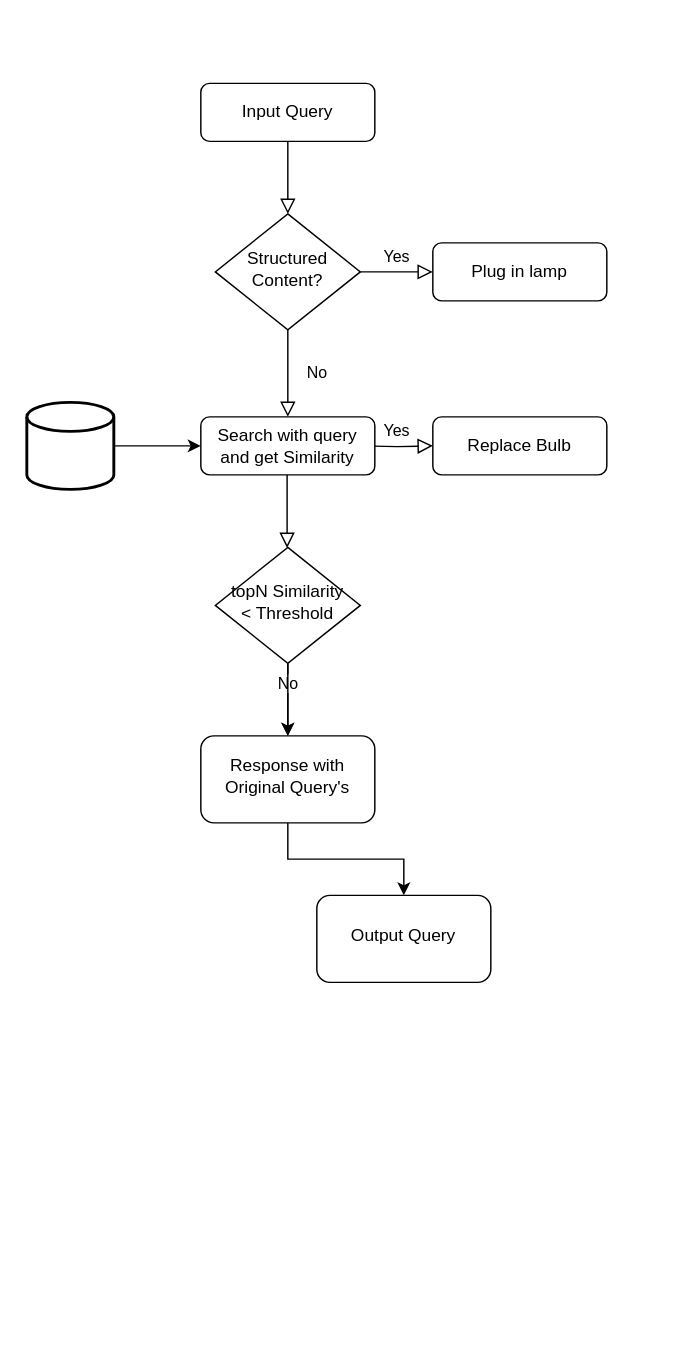
Timothyhay/CookieBox keeps this draw.io diagram as QueryRewrite_Filtering.drawio. Above is the earlier version. Source tidied: cells renumbered, new cells numbered last; positions are measured from the earlier drawing's top-left corner, leaving out a move shared by most shapes. Both pictures are drawn from the tidied source at 145%, with x=0, y=0 at pixel (26, 83).
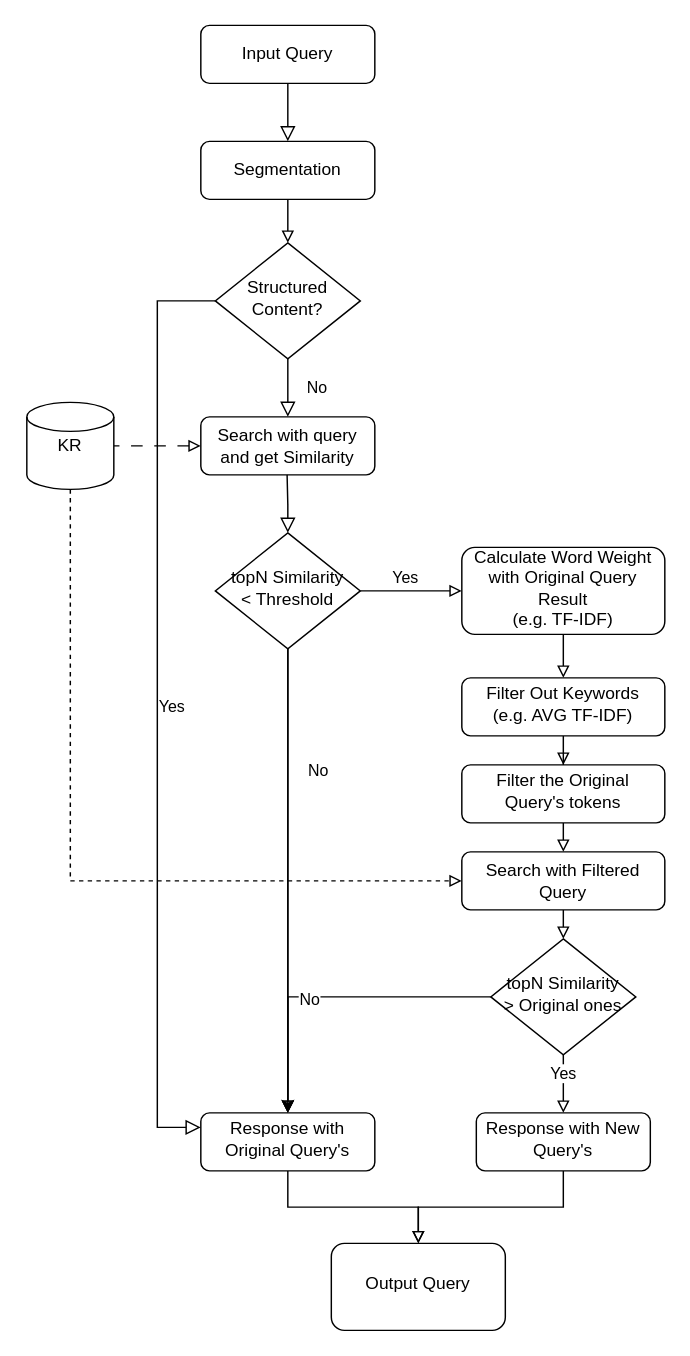
After the change.

The change refers to these unchanged cells:
```xml
<mxCell id="9" value="Search with query and get Similarity" style="rounded=1;whiteSpace=wrap;html=1;fontSize=12;glass=0;strokeWidth=1;shadow=0;" parent="1" vertex="1">
  <mxGeometry x="120" y="230" width="120" height="40" as="geometry" />
</mxCell>
<mxCell id="13" style="edgeStyle=orthogonalEdgeStyle;rounded=0;jettySize=auto;html=1;" parent="1" edge="1" source="16" target="19">
  <mxGeometry relative="1" as="geometry" />
</mxCell>
```

The edit, as a diff of the source:
```diff
@@
-    <mxCell id="2" style="rounded=0;html=1;jettySize=auto;fontSize=11;endArrow=block;endFill=0;endSize=8;strokeWidth=1;shadow=0;labelBackgroundColor=none;edgeStyle=orthogonalEdgeStyle;" parent="1" edge="1" source="3" target="6">
+    <mxCell id="2" style="rounded=0;html=1;jettySize=auto;fontSize=11;endArrow=block;endFill=0;endSize=8;strokeWidth=1;shadow=0;labelBackgroundColor=none;edgeStyle=orthogonalEdgeStyle;entryX=0.5;entryY=0;entryDx=0;entryDy=0;" parent="1" edge="1" source="3" target="7">
       <mxGeometry relative="1" as="geometry" />
     </mxCell>
     <mxCell id="3" value="Input Query" style="rounded=1;whiteSpace=wrap;html=1;fontSize=12;glass=0;strokeWidth=1;shadow=0;" parent="1" vertex="1">
-      <mxGeometry x="120" width="120" height="40" as="geometry" />
+      <mxGeometry x="120" y="-40" width="120" height="40" as="geometry" />
     </mxCell>
@@
-    <mxCell id="5" value="Yes" style="edgeStyle=orthogonalEdgeStyle;rounded=0;html=1;jettySize=auto;fontSize=11;endArrow=block;endFill=0;endSize=8;strokeWidth=1;shadow=0;labelBackgroundColor=none;" parent="1" edge="1" source="6" target="7">
-      <mxGeometry y="10" relative="1" as="geometry" />
+    <mxCell id="5" value="Yes" style="edgeStyle=orthogonalEdgeStyle;rounded=0;html=1;jettySize=auto;fontSize=11;endArrow=block;endFill=0;endSize=8;strokeWidth=1;shadow=0;labelBackgroundColor=none;exitX=0;exitY=0.5;exitDx=0;exitDy=0;" parent="1" edge="1" source="6" target="19">
+      <mxGeometry y="10" relative="1" as="geometry">
+        <Array as="points">
+          <mxPoint x="90" y="150" />
+          <mxPoint x="90" y="720" />
+        </Array>
+      </mxGeometry>
     </mxCell>
     <mxCell id="6" value="Structured Content?" style="rhombus;whiteSpace=wrap;html=1;shadow=0;fontFamily=Helvetica;fontSize=12;align=center;strokeWidth=1;spacing=6;spacingTop=-4;" parent="1" vertex="1">
-      <mxGeometry x="130" y="90" width="100" height="80" as="geometry" />
+      <mxGeometry x="130" y="110" width="100" height="80" as="geometry" />
     </mxCell>
+    <mxCell id="21" style="edgeStyle=orthogonalEdgeStyle;rounded=0;jettySize=auto;html=1;exitX=0.5;exitY=1;exitDx=0;exitDy=0;entryX=0.5;entryY=0;entryDx=0;entryDy=0;endArrow=block;endFill=0;" parent="1" edge="1" source="7" target="6">
+      <mxGeometry relative="1" as="geometry" />
+    </mxCell>
-    <mxCell id="7" value="Plug in lamp" style="rounded=1;whiteSpace=wrap;html=1;fontSize=12;glass=0;strokeWidth=1;shadow=0;" parent="1" vertex="1">
-      <mxGeometry x="280" y="110" width="120" height="40" as="geometry" />
+    <mxCell id="7" value="Segmentation" style="rounded=1;whiteSpace=wrap;html=1;fontSize=12;glass=0;strokeWidth=1;shadow=0;" parent="1" vertex="1">
+      <mxGeometry x="120" y="40" width="120" height="40" as="geometry" />
     </mxCell>
-    <mxCell id="8" value="Yes" style="edgeStyle=orthogonalEdgeStyle;rounded=0;html=1;jettySize=auto;fontSize=11;endArrow=block;endFill=0;endSize=8;strokeWidth=1;shadow=0;labelBackgroundColor=none;" parent="1" edge="1" target="10">
-      <mxGeometry y="10" relative="1" as="geometry">
-        <mxPoint x="230" y="250" as="sourcePoint" />
-      </mxGeometry>
-    </mxCell>
+    <mxCell id="22" style="edgeStyle=orthogonalEdgeStyle;rounded=0;jettySize=auto;html=1;endArrow=none;endFill=0;startArrow=block;startFill=0;dashed=1;dashPattern=8 8;" parent="1" edge="1" source="9" target="12">
+      <mxGeometry relative="1" as="geometry" />
+    </mxCell>
@@
-    <mxCell id="10" value="Replace Bulb" style="rounded=1;whiteSpace=wrap;html=1;fontSize=12;glass=0;strokeWidth=1;shadow=0;" parent="1" vertex="1">
-      <mxGeometry x="280" y="230" width="120" height="40" as="geometry" />
-    </mxCell>
-    <mxCell id="11" style="edgeStyle=orthogonalEdgeStyle;rounded=0;jettySize=auto;html=1;exitX=1;exitY=0.5;exitDx=0;exitDy=0;exitPerimeter=0;entryX=0;entryY=0.5;entryDx=0;entryDy=0;" parent="1" edge="1" source="12" target="9">
-      <mxGeometry relative="1" as="geometry" />
-    </mxCell>
+    <mxCell id="23" style="edgeStyle=orthogonalEdgeStyle;rounded=0;jettySize=auto;html=1;exitX=0.5;exitY=1;exitDx=0;exitDy=0;exitPerimeter=0;entryX=0;entryY=0.5;entryDx=0;entryDy=0;dashed=1;endArrow=block;endFill=0;" parent="1" edge="1" source="12" target="35">
+      <mxGeometry relative="1" as="geometry" />
+    </mxCell>
-    <mxCell id="12" style="strokeWidth=2;html=1;shape=mxgraph.flowchart.database;whiteSpace=wrap;" parent="1" vertex="1">
+    <mxCell id="12" value="KR" style="strokeWidth=1;html=1;shape=mxgraph.flowchart.database;whiteSpace=wrap;" parent="1" vertex="1">
       <mxGeometry y="220" width="60" height="60" as="geometry" />
     </mxCell>
@@
     <mxCell id="14" value="No" style="edgeLabel;html=1;align=center;verticalAlign=middle;" parent="13" vertex="1">
-      <mxGeometry x="-0.48" y="-1" relative="1" as="geometry" />
+      <mxGeometry x="-0.48" y="-1" relative="1" as="geometry">
+        <mxPoint x="21" as="offset" />
+      </mxGeometry>
     </mxCell>
-    <mxCell id="15" style="edgeStyle=orthogonalEdgeStyle;rounded=0;jettySize=auto;html=1;" parent="1" edge="1" source="16" target="19">
+    <mxCell id="15" style="edgeStyle=orthogonalEdgeStyle;rounded=0;jettySize=auto;html=1;endArrow=block;endFill=0;" parent="1" edge="1" source="16" target="19">
       <mxGeometry relative="1" as="geometry" />
     </mxCell>
+    <mxCell id="24" style="edgeStyle=orthogonalEdgeStyle;rounded=0;jettySize=auto;html=1;endArrow=block;endFill=0;" parent="1" edge="1" source="16" target="27">
+      <mxGeometry relative="1" as="geometry" />
+    </mxCell>
+    <mxCell id="25" value="Yes" style="edgeLabel;html=1;align=center;verticalAlign=middle;" parent="24" vertex="1">
+      <mxGeometry x="-0.41" y="-2" relative="1" as="geometry">
+        <mxPoint x="9" y="-12" as="offset" />
+      </mxGeometry>
+    </mxCell>
     <mxCell id="16" value="topN Similarity&lt;div&gt;&amp;lt; Threshold&lt;/div&gt;" style="rhombus;whiteSpace=wrap;html=1;shadow=0;fontFamily=Helvetica;fontSize=12;align=center;strokeWidth=1;spacing=6;spacingTop=-4;" parent="1" vertex="1">
-      <mxGeometry x="130" y="320" width="100" height="80" as="geometry" />
+      <mxGeometry x="130" y="310" width="100" height="80" as="geometry" />
     </mxCell>
@@
-    <mxCell id="18" style="edgeStyle=orthogonalEdgeStyle;rounded=0;jettySize=auto;html=1;" parent="1" edge="1" source="19" target="20">
+    <mxCell id="18" style="edgeStyle=orthogonalEdgeStyle;rounded=0;jettySize=auto;html=1;endArrow=block;endFill=0;" parent="1" edge="1" source="19" target="20">
       <mxGeometry relative="1" as="geometry" />
     </mxCell>
     <mxCell id="19" value="Response with Original Query's" style="rounded=1;whiteSpace=wrap;html=1;shadow=0;strokeWidth=1;spacing=6;spacingTop=-4;" parent="1" vertex="1">
-      <mxGeometry x="120" y="450" width="120" height="60" as="geometry" />
+      <mxGeometry x="120" y="710" width="120" height="40" as="geometry" />
     </mxCell>
     <mxCell id="20" value="Output Query" style="rounded=1;whiteSpace=wrap;html=1;shadow=0;strokeWidth=1;spacing=6;spacingTop=-4;" parent="1" vertex="1">
-      <mxGeometry x="200" y="560" width="120" height="60" as="geometry" />
+      <mxGeometry x="210" y="800" width="120" height="60" as="geometry" />
     </mxCell>
+    <mxCell id="26" style="edgeStyle=orthogonalEdgeStyle;rounded=0;jettySize=auto;html=1;endArrow=block;endFill=0;" parent="1" edge="1" source="27" target="29">
+      <mxGeometry relative="1" as="geometry" />
+    </mxCell>
+    <mxCell id="27" value="Calculate Word Weight with Original Query Result&lt;div&gt;(e.g. TF-IDF)&lt;/div&gt;" style="whiteSpace=wrap;html=1;shadow=0;strokeWidth=1;spacing=6;spacingTop=-4;rounded=1;" parent="1" vertex="1">
+      <mxGeometry x="300" y="320" width="140" height="60" as="geometry" />
+    </mxCell>
+    <mxCell id="28" style="edgeStyle=orthogonalEdgeStyle;rounded=0;jettySize=auto;html=1;endArrow=block;endFill=0;" parent="1" edge="1" source="29" target="31">
+      <mxGeometry relative="1" as="geometry" />
+    </mxCell>
+    <mxCell id="29" value="Filter Out Keywords&lt;div&gt;(e.g. AVG TF-IDF)&lt;/div&gt;" style="whiteSpace=wrap;html=1;shadow=0;strokeWidth=1;spacing=6;spacingTop=-4;rounded=1;" parent="1" vertex="1">
+      <mxGeometry x="300" y="410" width="140" height="40" as="geometry" />
+    </mxCell>
+    <mxCell id="30" style="edgeStyle=orthogonalEdgeStyle;rounded=0;jettySize=auto;html=1;exitX=0.5;exitY=1;exitDx=0;exitDy=0;entryX=0.5;entryY=0;entryDx=0;entryDy=0;endArrow=block;endFill=0;" parent="1" edge="1" source="31" target="35">
+      <mxGeometry relative="1" as="geometry" />
+    </mxCell>
+    <mxCell id="31" value="Filter the Original Query's tokens" style="whiteSpace=wrap;html=1;shadow=0;strokeWidth=1;spacing=6;spacingTop=-4;rounded=1;" parent="1" vertex="1">
+      <mxGeometry x="300" y="470" width="140" height="40" as="geometry" />
+    </mxCell>
+    <mxCell id="32" style="edgeStyle=orthogonalEdgeStyle;rounded=0;jettySize=auto;html=1;exitX=0.5;exitY=1;exitDx=0;exitDy=0;entryX=0.5;entryY=0;entryDx=0;entryDy=0;endArrow=block;endFill=0;" parent="1" edge="1" source="33" target="20">
+      <mxGeometry relative="1" as="geometry" />
+    </mxCell>
+    <mxCell id="33" value="Response with New Query's" style="rounded=1;whiteSpace=wrap;html=1;shadow=0;strokeWidth=1;spacing=6;spacingTop=-4;" parent="1" vertex="1">
+      <mxGeometry x="310" y="710" width="120" height="40" as="geometry" />
+    </mxCell>
+    <mxCell id="34" style="edgeStyle=orthogonalEdgeStyle;rounded=0;jettySize=auto;html=1;exitX=0.5;exitY=1;exitDx=0;exitDy=0;entryX=0.5;entryY=0;entryDx=0;entryDy=0;endArrow=block;endFill=0;" parent="1" edge="1" source="35" target="40">
+      <mxGeometry relative="1" as="geometry" />
+    </mxCell>
+    <mxCell id="35" value="Search with Filtered Query" style="rounded=1;whiteSpace=wrap;html=1;fontSize=12;glass=0;strokeWidth=1;shadow=0;" parent="1" vertex="1">
+      <mxGeometry x="300" y="530" width="140" height="40" as="geometry" />
+    </mxCell>
+    <mxCell id="36" style="edgeStyle=orthogonalEdgeStyle;rounded=0;jettySize=auto;html=1;exitX=0.5;exitY=1;exitDx=0;exitDy=0;entryX=0.5;entryY=0;entryDx=0;entryDy=0;endArrow=block;endFill=0;" parent="1" edge="1" source="40" target="33">
+      <mxGeometry relative="1" as="geometry" />
+    </mxCell>
+    <mxCell id="37" value="Yes" style="edgeLabel;html=1;align=center;verticalAlign=middle;" parent="36" vertex="1">
+      <mxGeometry x="-0.42" y="-1" relative="1" as="geometry" />
+    </mxCell>
+    <mxCell id="38" style="edgeStyle=orthogonalEdgeStyle;rounded=0;jettySize=auto;html=1;exitX=0;exitY=0.5;exitDx=0;exitDy=0;entryX=0.5;entryY=0;entryDx=0;entryDy=0;endArrow=block;endFill=0;" parent="1" edge="1" source="40" target="19">
+      <mxGeometry relative="1" as="geometry" />
+    </mxCell>
+    <mxCell id="39" value="No" style="edgeLabel;html=1;align=center;verticalAlign=middle;" parent="38" vertex="1">
+      <mxGeometry x="0.15" y="1" relative="1" as="geometry" />
+    </mxCell>
+    <mxCell id="40" value="topN Similarity&lt;div&gt;&amp;gt; Original ones&lt;/div&gt;" style="rhombus;whiteSpace=wrap;html=1;shadow=0;fontFamily=Helvetica;fontSize=12;align=center;strokeWidth=1;spacing=6;spacingTop=-4;" parent="1" vertex="1">
+      <mxGeometry x="320" y="590" width="100" height="80" as="geometry" />
+    </mxCell>
```
